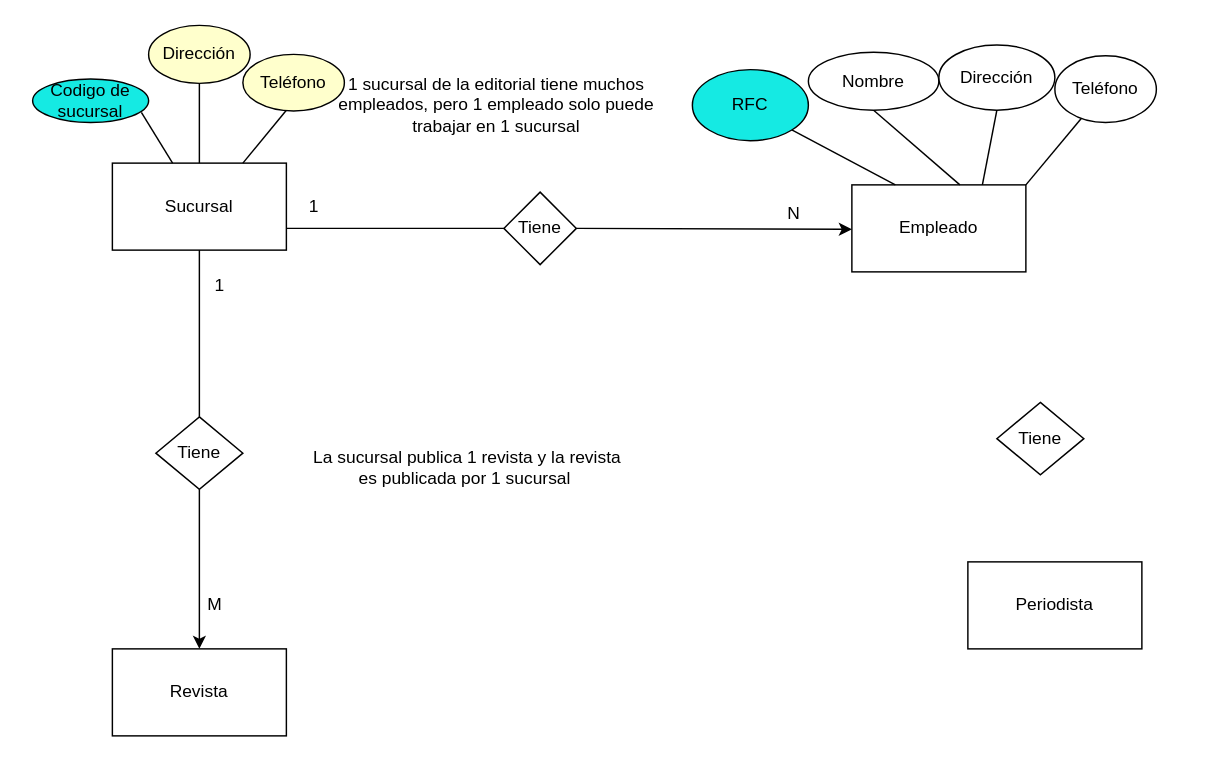
Above: Entregable 2.drawio in Yoloxochitl001/BaseDedatos (draw.io), before the change. Source tidied: cells renumbered, new cells numbered last; positions are measured from the earlier drawing's top-left corner, leaving out a move shared by most shapes. Both pictures are drawn from the tidied source at 145%, with x=0, y=0 at pixel (32, 25).
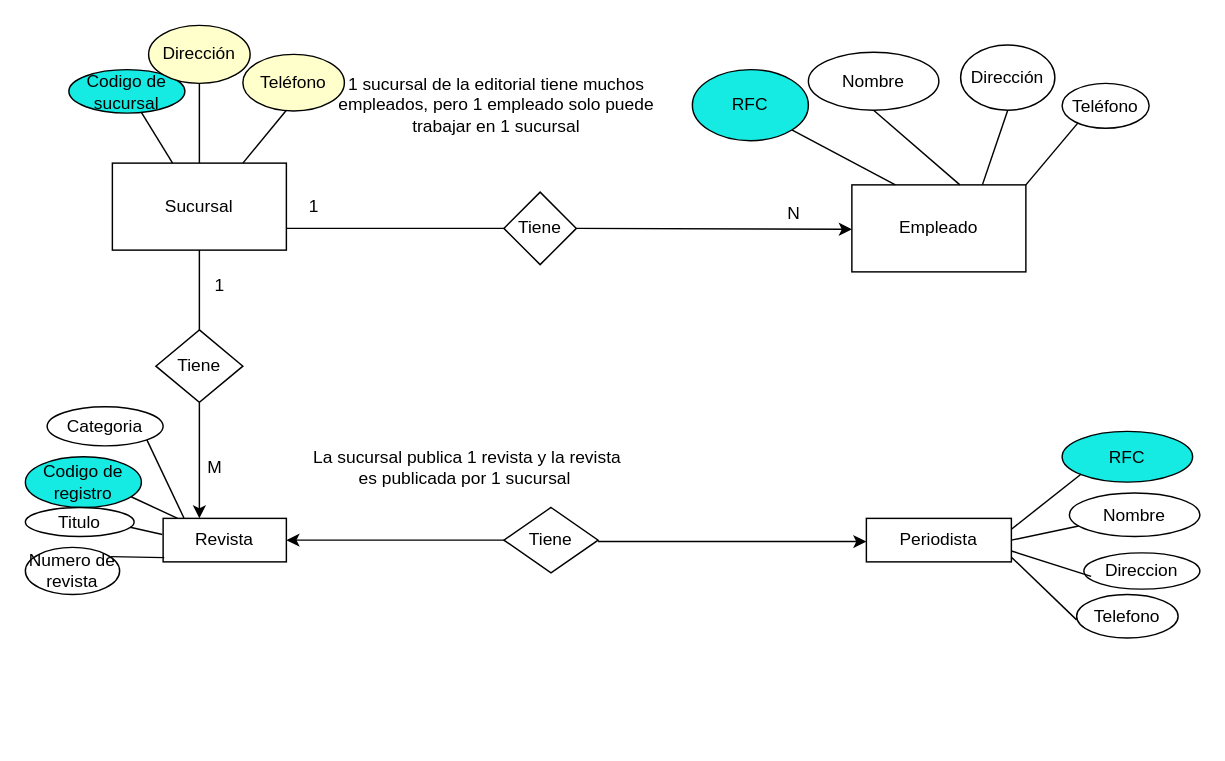
Above is the later version.

Unchanged cells that the change refers to:
```xml
<mxCell id="2" value="Sucursal" style="rounded=0;whiteSpace=wrap;html=1;" parent="1" vertex="1">
  <mxGeometry x="55" y="95" width="120" height="60" as="geometry" />
</mxCell>
```

What changed in the source:
```diff
@@
     <mxCell id="4" value="Revista" style="rounded=0;whiteSpace=wrap;html=1;" parent="1" vertex="1">
-      <mxGeometry x="55" y="430" width="120" height="60" as="geometry" />
+      <mxGeometry x="90" y="340" width="85" height="30" as="geometry" />
     </mxCell>
     <mxCell id="5" value="Periodista" style="rounded=0;whiteSpace=wrap;html=1;" parent="1" vertex="1">
-      <mxGeometry x="645" y="370" width="120" height="60" as="geometry" />
+      <mxGeometry x="575" y="340" width="100" height="30" as="geometry" />
     </mxCell>
     <mxCell id="6" value="Tiene" style="rhombus;whiteSpace=wrap;html=1;" parent="1" vertex="1">
-      <mxGeometry x="85" y="270" width="60" height="50" as="geometry" />
+      <mxGeometry x="85" y="210" width="60" height="50" as="geometry" />
     </mxCell>
-    <mxCell id="7" value="Tiene" style="rhombus;whiteSpace=wrap;html=1;" parent="1" vertex="1">
-      <mxGeometry x="665" y="260" width="60" height="50" as="geometry" />
-    </mxCell>
@@
     <mxCell id="11" value="Codigo de sucursal" style="ellipse;whiteSpace=wrap;html=1;fillColor=#15EAE3;" parent="1" vertex="1">
-      <mxGeometry y="37" width="80" height="30" as="geometry" />
+      <mxGeometry x="25" y="30.5" width="80" height="30" as="geometry" />
     </mxCell>
@@
     <mxCell id="23" value="Dirección" style="ellipse;whiteSpace=wrap;html=1;" parent="1" vertex="1">
-      <mxGeometry x="625" y="13.5" width="80" height="45" as="geometry" />
+      <mxGeometry x="640" y="13.5" width="65" height="45" as="geometry" />
     </mxCell>
-    <mxCell id="24" style="endArrow=none;html=1;rounded=0;" parent="1" edge="1" source="26">
-      <mxGeometry relative="1" as="geometry">
-        <mxPoint x="735" y="60" as="targetPoint" />
-      </mxGeometry>
-    </mxCell>
-    <mxCell id="25" style="endArrow=none;html=1;rounded=0;" parent="1" edge="1" target="26">
+    <mxCell id="25" style="endArrow=none;html=1;rounded=0;" parent="1" edge="1">
       <mxGeometry relative="1" as="geometry">
         <mxPoint x="685" y="110" as="sourcePoint" />
+        <mxPoint x="723.4" y="64.3" as="targetPoint" />
       </mxGeometry>
     </mxCell>
     <mxCell id="26" value="Teléfono" style="ellipse;whiteSpace=wrap;html=1;" parent="1" vertex="1">
-      <mxGeometry x="705" y="21" width="70" height="46" as="geometry" />
+      <mxGeometry x="710" y="40" width="60" height="31" as="geometry" />
     </mxCell>
@@
-    <mxCell id="28" style="endArrow=none;html=1;rounded=0;exitX=0.5;exitY=0;exitDx=0;exitDy=0;entryX=0.5;entryY=1;entryDx=0;entryDy=0;" parent="1" edge="1" source="6" target="2">
-      <mxGeometry relative="1" as="geometry" />
+    <mxCell id="28" style="endArrow=none;html=1;rounded=0;entryX=0.5;entryY=1;entryDx=0;entryDy=0;" parent="1" edge="1" target="2">
+      <mxGeometry relative="1" as="geometry">
+        <mxPoint x="115" y="210" as="sourcePoint" />
+      </mxGeometry>
     </mxCell>
-    <mxCell id="29" style="endArrow=classic;html=1;rounded=0;entryX=0.5;entryY=0;entryDx=0;entryDy=0;exitX=0.5;exitY=1;exitDx=0;exitDy=0;" parent="1" edge="1" source="6" target="4">
-      <mxGeometry relative="1" as="geometry" />
+    <mxCell id="29" style="endArrow=classic;html=1;rounded=0;exitX=0.5;exitY=1;exitDx=0;exitDy=0;" parent="1" edge="1" source="6">
+      <mxGeometry relative="1" as="geometry">
+        <mxPoint x="115" y="340" as="targetPoint" />
+      </mxGeometry>
     </mxCell>
@@
     <mxCell id="32" value="M" style="text;strokeColor=none;fillColor=none;align=left;verticalAlign=middle;spacingLeft=4;spacingRight=4;overflow=hidden;whiteSpace=wrap;html=1;" parent="1" vertex="1">
-      <mxGeometry x="115" y="385" width="40" height="30" as="geometry" />
+      <mxGeometry x="115" y="290" width="40" height="30" as="geometry" />
     </mxCell>
@@
+    <mxCell id="34" value="RFC" style="ellipse;whiteSpace=wrap;html=1;fillColor=#15EAE3;" parent="1" vertex="1">
+      <mxGeometry x="710" y="280" width="90" height="35" as="geometry" />
+    </mxCell>
+    <mxCell id="35" value="Nombre" style="ellipse;whiteSpace=wrap;html=1;" parent="1" vertex="1">
+      <mxGeometry x="715" y="322.5" width="90" height="30" as="geometry" />
+    </mxCell>
+    <mxCell id="36" value="Direccion" style="ellipse;whiteSpace=wrap;html=1;" parent="1" vertex="1">
+      <mxGeometry x="725" y="363.8" width="80" height="25" as="geometry" />
+    </mxCell>
+    <mxCell id="37" value="Telefono" style="ellipse;whiteSpace=wrap;html=1;" parent="1" vertex="1">
+      <mxGeometry x="720" y="392.5" width="70" height="30" as="geometry" />
+    </mxCell>
+    <mxCell id="38" style="endArrow=none;html=1;rounded=0;entryX=0.036;entryY=0.698;entryDx=0;entryDy=0;entryPerimeter=0;exitX=1;exitY=0.25;exitDx=0;exitDy=0;" parent="1" edge="1" source="5">
+      <mxGeometry relative="1" as="geometry">
+        <mxPoint x="723.2" y="309.4" as="targetPoint" />
+      </mxGeometry>
+    </mxCell>
+    <mxCell id="39" style="endArrow=none;html=1;rounded=0;exitX=1;exitY=0.5;exitDx=0;exitDy=0;" parent="1" edge="1" source="5" target="35">
+      <mxGeometry relative="1" as="geometry" />
+    </mxCell>
+    <mxCell id="40" style="endArrow=none;html=1;rounded=0;exitX=1;exitY=0.75;exitDx=0;exitDy=0;" parent="1" edge="1" source="5">
+      <mxGeometry relative="1" as="geometry">
+        <mxPoint x="730" y="380" as="targetPoint" />
+      </mxGeometry>
+    </mxCell>
+    <mxCell id="41" style="endArrow=none;html=1;rounded=0;exitX=1.002;exitY=0.898;exitDx=0;exitDy=0;exitPerimeter=0;" parent="1" edge="1" source="5">
+      <mxGeometry relative="1" as="geometry">
+        <mxPoint x="720" y="410" as="targetPoint" />
+      </mxGeometry>
+    </mxCell>
+    <mxCell id="7" value="Tiene" style="rhombus;whiteSpace=wrap;html=1;" parent="1" vertex="1">
+      <mxGeometry x="325" y="332.5" width="65" height="45" as="geometry" />
+    </mxCell>
+    <mxCell id="42" style="endArrow=classic;html=1;rounded=0;exitX=1;exitY=0.5;exitDx=0;exitDy=0;entryX=0;entryY=0.5;entryDx=0;entryDy=0;" parent="1" edge="1">
+      <mxGeometry relative="1" as="geometry">
+        <mxPoint x="390" y="356" as="sourcePoint" />
+        <mxPoint x="575" y="356" as="targetPoint" />
+      </mxGeometry>
+    </mxCell>
+    <mxCell id="43" style="endArrow=classic;html=1;rounded=0;entryX=1;entryY=0.5;entryDx=0;entryDy=0;exitX=0;exitY=0.5;exitDx=0;exitDy=0;" parent="1" edge="1" source="7" target="4">
+      <mxGeometry relative="1" as="geometry" />
+    </mxCell>
+    <mxCell id="44" value="Codigo de registro" style="ellipse;whiteSpace=wrap;html=1;fillColor=#15EAE3;" parent="1" vertex="1">
+      <mxGeometry x="-5" y="297.5" width="80" height="35" as="geometry" />
+    </mxCell>
+    <mxCell id="45" value="Titulo" style="ellipse;whiteSpace=wrap;html=1;" parent="1" vertex="1">
+      <mxGeometry x="-5" y="332.5" width="75" height="20" as="geometry" />
+    </mxCell>
+    <mxCell id="46" value="Numero de revista" style="ellipse;whiteSpace=wrap;html=1;" parent="1" vertex="1">
+      <mxGeometry x="-5" y="360" width="65" height="32.5" as="geometry" />
+    </mxCell>
+    <mxCell id="47" value="Categoria" style="ellipse;whiteSpace=wrap;html=1;" parent="1" vertex="1">
+      <mxGeometry x="10" y="263" width="80" height="27" as="geometry" />
+    </mxCell>
+    <mxCell id="48" style="endArrow=none;html=1;rounded=0;entryX=0.169;entryY=-0.009;entryDx=0;entryDy=0;entryPerimeter=0;exitX=1;exitY=1;exitDx=0;exitDy=0;" parent="1" edge="1" source="47" target="4">
+      <mxGeometry relative="1" as="geometry" />
+    </mxCell>
+    <mxCell id="49" style="endArrow=none;html=1;rounded=0;entryX=0.118;entryY=0;entryDx=0;entryDy=0;entryPerimeter=0;" parent="1" edge="1" target="4">
+      <mxGeometry relative="1" as="geometry">
+        <mxPoint x="67.9" y="325.1" as="sourcePoint" />
+      </mxGeometry>
+    </mxCell>
+    <mxCell id="50" style="endArrow=none;html=1;rounded=0;entryX=-0.006;entryY=0.369;entryDx=0;entryDy=0;entryPerimeter=0;" parent="1" edge="1" target="4">
+      <mxGeometry relative="1" as="geometry">
+        <mxPoint x="67.3" y="346.1" as="sourcePoint" />
+      </mxGeometry>
+    </mxCell>
+    <mxCell id="51" style="endArrow=none;html=1;rounded=0;entryX=0.009;entryY=0.902;entryDx=0;entryDy=0;entryPerimeter=0;exitX=0.905;exitY=0.196;exitDx=0;exitDy=0;exitPerimeter=0;" parent="1" edge="1" source="46" target="4">
+      <mxGeometry relative="1" as="geometry" />
+    </mxCell>
```
